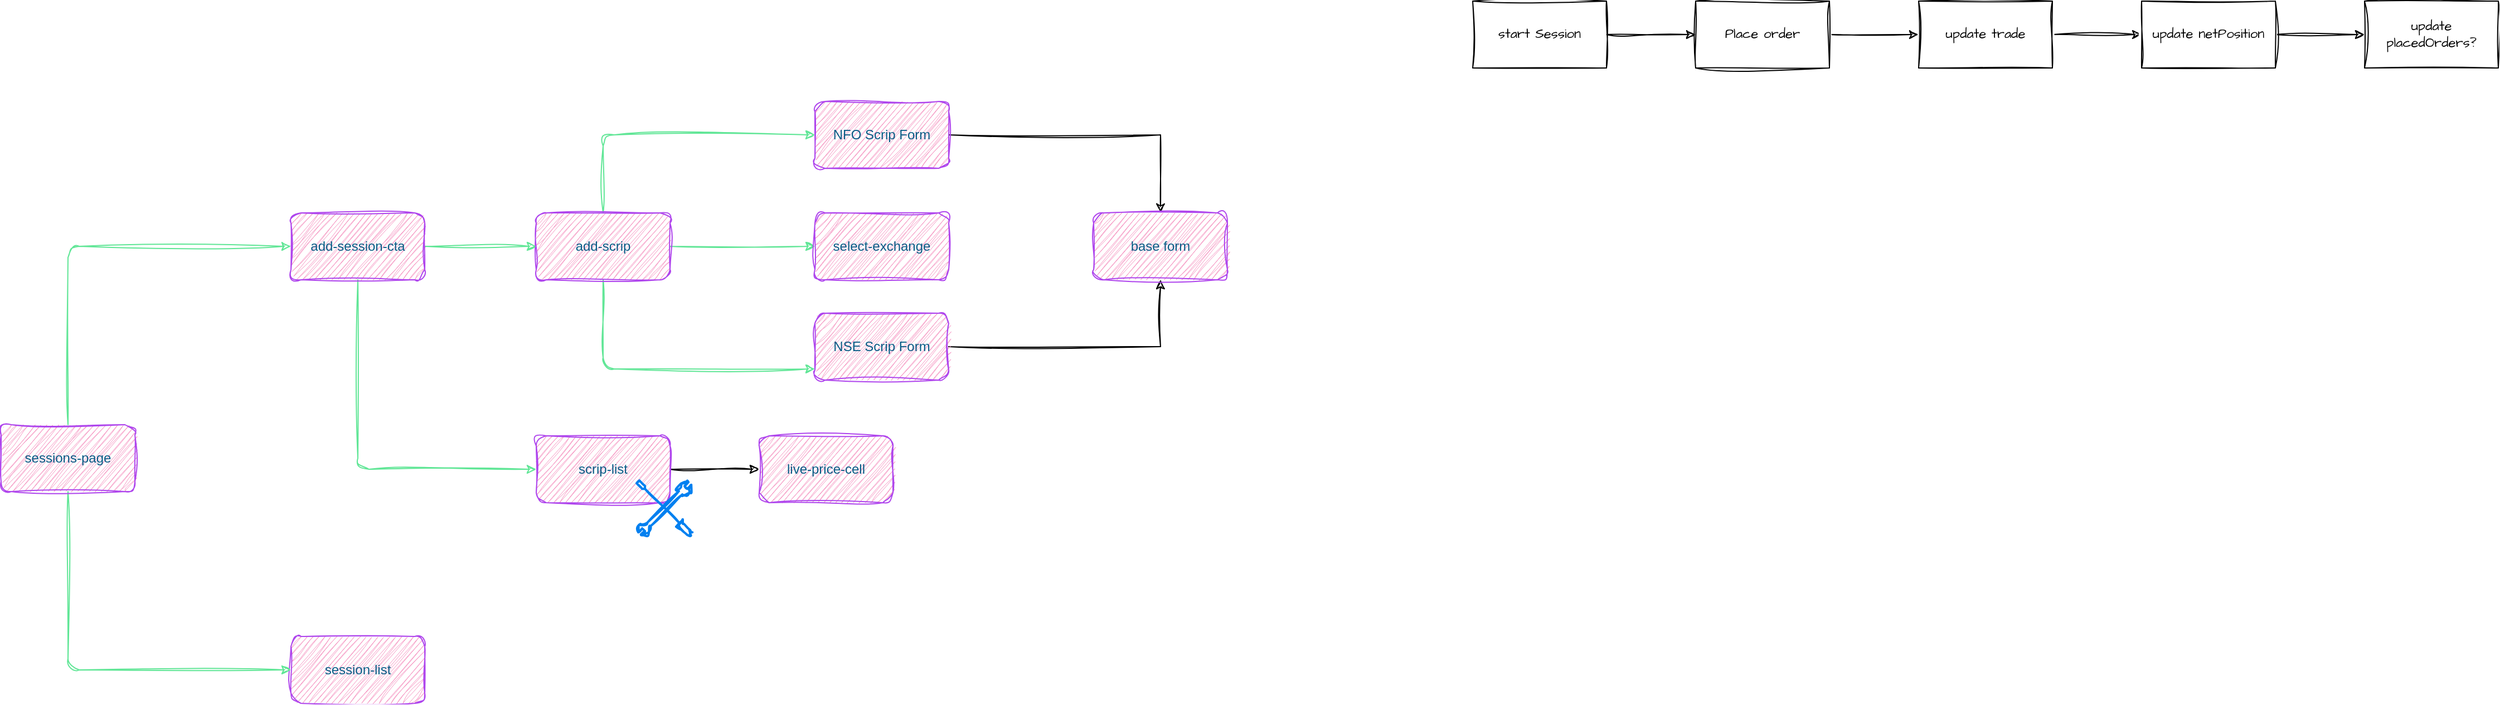
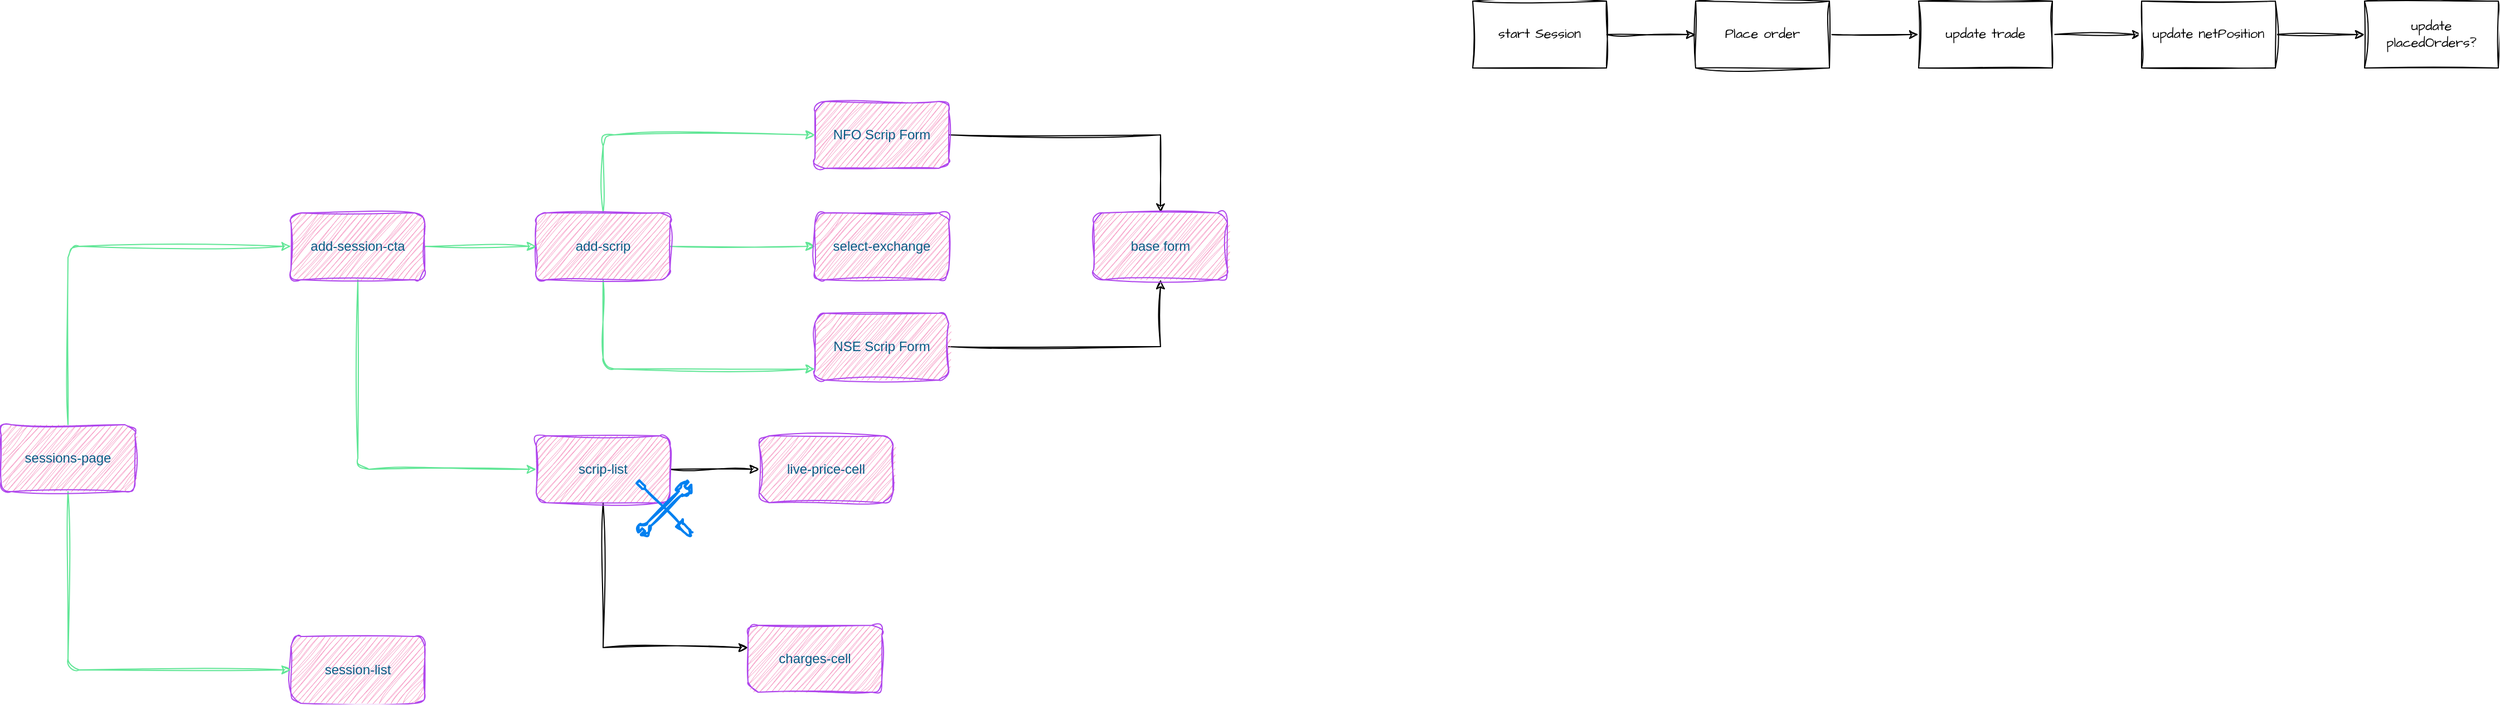
<mxfile host="app.diagrams.net" pages="5">
  <diagram id="wPQbEJP3DVO_ncDqMHqx" name="Sessions Page">
    <mxGraphModel dx="2793" dy="1443" grid="1" gridSize="10" guides="1" tooltips="1" connect="1" arrows="1" fold="1" page="0" pageScale="1" pageWidth="402" pageHeight="874" math="0" shadow="0">
      <root>
        <mxCell id="0" />
        <mxCell id="1" parent="0" />
        <mxCell id="DB1AKVm6qyutKQlFYAWD-6" edge="1" parent="1" source="DB1AKVm6qyutKQlFYAWD-1" style="edgeStyle=orthogonalEdgeStyle;rounded=1;orthogonalLoop=1;jettySize=auto;html=1;sketch=1;curveFitting=1;jiggle=2;labelBackgroundColor=none;strokeColor=#60E696;fontColor=default;" target="DB1AKVm6qyutKQlFYAWD-5" value="">
          <mxGeometry relative="1" as="geometry" />
        </mxCell>
        <mxCell id="DB1AKVm6qyutKQlFYAWD-8" edge="1" parent="1" source="DB1AKVm6qyutKQlFYAWD-1" style="edgeStyle=orthogonalEdgeStyle;rounded=1;orthogonalLoop=1;jettySize=auto;html=1;sketch=1;curveFitting=1;jiggle=2;labelBackgroundColor=none;strokeColor=#60E696;fontColor=default;" target="DB1AKVm6qyutKQlFYAWD-7" value="">
          <mxGeometry relative="1" as="geometry">
            <Array as="points">
              <mxPoint x="120" y="270" />
            </Array>
          </mxGeometry>
        </mxCell>
        <mxCell id="DB1AKVm6qyutKQlFYAWD-10" edge="1" parent="1" source="DB1AKVm6qyutKQlFYAWD-1" style="edgeStyle=orthogonalEdgeStyle;rounded=1;orthogonalLoop=1;jettySize=auto;html=1;sketch=1;curveFitting=1;jiggle=2;labelBackgroundColor=none;strokeColor=#60E696;fontColor=default;" target="DB1AKVm6qyutKQlFYAWD-9" value="">
          <mxGeometry relative="1" as="geometry">
            <Array as="points">
              <mxPoint x="120" y="60" />
            </Array>
          </mxGeometry>
        </mxCell>
        <mxCell id="DB1AKVm6qyutKQlFYAWD-1" parent="1" style="rounded=1;whiteSpace=wrap;html=1;sketch=1;curveFitting=1;jiggle=2;labelBackgroundColor=none;fillColor=#F694C1;strokeColor=#AF45ED;fontColor=#095C86;" value="add-scrip" vertex="1">
          <mxGeometry height="60" width="120" x="60" y="130" as="geometry" />
        </mxCell>
        <mxCell id="DB1AKVm6qyutKQlFYAWD-4" edge="1" parent="1" source="DB1AKVm6qyutKQlFYAWD-3" style="edgeStyle=orthogonalEdgeStyle;rounded=1;orthogonalLoop=1;jettySize=auto;html=1;sketch=1;curveFitting=1;jiggle=2;labelBackgroundColor=none;strokeColor=#60E696;fontColor=default;" target="DB1AKVm6qyutKQlFYAWD-1" value="">
          <mxGeometry relative="1" as="geometry" />
        </mxCell>
        <mxCell id="DB1AKVm6qyutKQlFYAWD-12" edge="1" parent="1" source="DB1AKVm6qyutKQlFYAWD-3" style="edgeStyle=orthogonalEdgeStyle;rounded=1;orthogonalLoop=1;jettySize=auto;html=1;sketch=1;curveFitting=1;jiggle=2;labelBackgroundColor=none;strokeColor=#60E696;fontColor=default;" target="DB1AKVm6qyutKQlFYAWD-11" value="">
          <mxGeometry relative="1" as="geometry">
            <Array as="points">
              <mxPoint x="-100" y="360" />
            </Array>
          </mxGeometry>
        </mxCell>
        <mxCell id="DB1AKVm6qyutKQlFYAWD-3" parent="1" style="rounded=1;whiteSpace=wrap;html=1;sketch=1;curveFitting=1;jiggle=2;labelBackgroundColor=none;fillColor=#F694C1;strokeColor=#AF45ED;fontColor=#095C86;" value="add-session-cta" vertex="1">
          <mxGeometry height="60" width="120" x="-160" y="130" as="geometry" />
        </mxCell>
        <mxCell id="DB1AKVm6qyutKQlFYAWD-5" parent="1" style="whiteSpace=wrap;html=1;rounded=1;sketch=1;curveFitting=1;jiggle=2;labelBackgroundColor=none;fillColor=#F694C1;strokeColor=#AF45ED;fontColor=#095C86;" value="select-exchange" vertex="1">
          <mxGeometry height="60" width="120" x="310" y="130" as="geometry" />
        </mxCell>
        <mxCell id="ouMAoqMrmdJ_XqpmxOQB-3" edge="1" parent="1" source="DB1AKVm6qyutKQlFYAWD-7" style="edgeStyle=orthogonalEdgeStyle;rounded=0;sketch=1;hachureGap=4;jiggle=2;curveFitting=1;orthogonalLoop=1;jettySize=auto;html=1;fontFamily=Architects Daughter;fontSource=https%3A%2F%2Ffonts.googleapis.com%2Fcss%3Ffamily%3DArchitects%2BDaughter;" target="ouMAoqMrmdJ_XqpmxOQB-1">
          <mxGeometry relative="1" as="geometry" />
        </mxCell>
        <mxCell id="DB1AKVm6qyutKQlFYAWD-7" parent="1" style="whiteSpace=wrap;html=1;rounded=1;sketch=1;curveFitting=1;jiggle=2;labelBackgroundColor=none;fillColor=#F694C1;strokeColor=#AF45ED;fontColor=#095C86;" value="NSE Scrip Form" vertex="1">
          <mxGeometry height="60" width="120" x="310" y="220" as="geometry" />
        </mxCell>
        <mxCell id="ouMAoqMrmdJ_XqpmxOQB-2" edge="1" parent="1" source="DB1AKVm6qyutKQlFYAWD-9" style="edgeStyle=orthogonalEdgeStyle;rounded=0;sketch=1;hachureGap=4;jiggle=2;curveFitting=1;orthogonalLoop=1;jettySize=auto;html=1;fontFamily=Architects Daughter;fontSource=https%3A%2F%2Ffonts.googleapis.com%2Fcss%3Ffamily%3DArchitects%2BDaughter;" target="ouMAoqMrmdJ_XqpmxOQB-1" value="">
          <mxGeometry relative="1" as="geometry" />
        </mxCell>
        <mxCell id="DB1AKVm6qyutKQlFYAWD-9" parent="1" style="whiteSpace=wrap;html=1;rounded=1;sketch=1;curveFitting=1;jiggle=2;labelBackgroundColor=none;fillColor=#F694C1;strokeColor=#AF45ED;fontColor=#095C86;" value="NFO Scrip Form" vertex="1">
          <mxGeometry height="60" width="120" x="310" y="30" as="geometry" />
        </mxCell>
        <mxCell id="ouMAoqMrmdJ_XqpmxOQB-15" edge="1" parent="1" source="DB1AKVm6qyutKQlFYAWD-11" style="edgeStyle=orthogonalEdgeStyle;rounded=0;sketch=1;hachureGap=4;jiggle=2;curveFitting=1;orthogonalLoop=1;jettySize=auto;html=1;fontFamily=Architects Daughter;fontSource=https%3A%2F%2Ffonts.googleapis.com%2Fcss%3Ffamily%3DArchitects%2BDaughter;" target="ouMAoqMrmdJ_XqpmxOQB-14" value="">
          <mxGeometry relative="1" as="geometry" />
        </mxCell>
+         <mxCell id="ouMAoqMrmdJ_XqpmxOQB-17" edge="1" parent="1" source="DB1AKVm6qyutKQlFYAWD-11" style="edgeStyle=orthogonalEdgeStyle;rounded=0;sketch=1;hachureGap=4;jiggle=2;curveFitting=1;orthogonalLoop=1;jettySize=auto;html=1;fontFamily=Architects Daughter;fontSource=https%3A%2F%2Ffonts.googleapis.com%2Fcss%3Ffamily%3DArchitects%2BDaughter;" target="ouMAoqMrmdJ_XqpmxOQB-16" value="">
+           <mxGeometry relative="1" as="geometry">
+             <Array as="points">
+               <mxPoint x="120" y="520" />
+             </Array>
+           </mxGeometry>
+         </mxCell>
        <mxCell id="DB1AKVm6qyutKQlFYAWD-11" parent="1" style="whiteSpace=wrap;html=1;rounded=1;sketch=1;curveFitting=1;jiggle=2;labelBackgroundColor=none;fillColor=#F694C1;strokeColor=#AF45ED;fontColor=#095C86;" value="scrip-list" vertex="1">
          <mxGeometry height="60" width="120" x="60" y="330" as="geometry" />
        </mxCell>
        <mxCell id="DB1AKVm6qyutKQlFYAWD-13" parent="1" style="rounded=1;whiteSpace=wrap;html=1;sketch=1;curveFitting=1;jiggle=2;labelBackgroundColor=none;fillColor=#F694C1;strokeColor=#AF45ED;fontColor=#095C86;" value="session-list" vertex="1">
          <mxGeometry height="60" width="120" x="-160" y="510" as="geometry" />
        </mxCell>
        <mxCell id="DB1AKVm6qyutKQlFYAWD-15" edge="1" parent="1" source="DB1AKVm6qyutKQlFYAWD-14" style="edgeStyle=orthogonalEdgeStyle;rounded=1;sketch=1;hachureGap=4;jiggle=2;curveFitting=1;orthogonalLoop=1;jettySize=auto;html=1;entryX=0;entryY=0.5;entryDx=0;entryDy=0;strokeColor=#60E696;fontFamily=Architects Daughter;fontSource=https%3A%2F%2Ffonts.googleapis.com%2Fcss%3Ffamily%3DArchitects%2BDaughter;fontColor=#095C86;fillColor=#F694C1;" target="DB1AKVm6qyutKQlFYAWD-3">
          <mxGeometry relative="1" as="geometry">
            <Array as="points">
              <mxPoint x="-360" y="160" />
            </Array>
          </mxGeometry>
        </mxCell>
        <mxCell id="DB1AKVm6qyutKQlFYAWD-18" edge="1" parent="1" source="DB1AKVm6qyutKQlFYAWD-14" style="edgeStyle=orthogonalEdgeStyle;rounded=1;sketch=1;hachureGap=4;jiggle=2;curveFitting=1;orthogonalLoop=1;jettySize=auto;html=1;entryX=0;entryY=0.5;entryDx=0;entryDy=0;strokeColor=#60E696;fontFamily=Architects Daughter;fontSource=https%3A%2F%2Ffonts.googleapis.com%2Fcss%3Ffamily%3DArchitects%2BDaughter;fontColor=#095C86;fillColor=#F694C1;" target="DB1AKVm6qyutKQlFYAWD-13">
          <mxGeometry relative="1" as="geometry">
            <Array as="points">
              <mxPoint x="-360" y="540" />
            </Array>
          </mxGeometry>
        </mxCell>
        <mxCell id="DB1AKVm6qyutKQlFYAWD-14" parent="1" style="rounded=1;whiteSpace=wrap;html=1;sketch=1;curveFitting=1;jiggle=2;labelBackgroundColor=none;fillColor=#F694C1;strokeColor=#AF45ED;fontColor=#095C86;" value="sessions-page" vertex="1">
          <mxGeometry height="60" width="120" x="-420" y="320" as="geometry" />
        </mxCell>
        <mxCell id="ouMAoqMrmdJ_XqpmxOQB-1" parent="1" style="whiteSpace=wrap;html=1;fillColor=#F694C1;strokeColor=#AF45ED;fontColor=#095C86;rounded=1;sketch=1;curveFitting=1;jiggle=2;labelBackgroundColor=none;" value="base form" vertex="1">
          <mxGeometry height="60" width="120" x="560" y="130" as="geometry" />
        </mxCell>
        <mxCell id="ouMAoqMrmdJ_XqpmxOQB-6" edge="1" parent="1" source="ouMAoqMrmdJ_XqpmxOQB-4" style="edgeStyle=orthogonalEdgeStyle;rounded=0;sketch=1;hachureGap=4;jiggle=2;curveFitting=1;orthogonalLoop=1;jettySize=auto;html=1;fontFamily=Architects Daughter;fontSource=https%3A%2F%2Ffonts.googleapis.com%2Fcss%3Ffamily%3DArchitects%2BDaughter;" target="ouMAoqMrmdJ_XqpmxOQB-5" value="">
          <mxGeometry relative="1" as="geometry" />
        </mxCell>
        <mxCell id="ouMAoqMrmdJ_XqpmxOQB-4" parent="1" style="whiteSpace=wrap;html=1;sketch=1;hachureGap=4;jiggle=2;curveFitting=1;fontFamily=Architects Daughter;fontSource=https%3A%2F%2Ffonts.googleapis.com%2Fcss%3Ffamily%3DArchitects%2BDaughter;" value="start Session" vertex="1">
          <mxGeometry height="60" width="120" x="900" y="-60" as="geometry" />
        </mxCell>
        <mxCell id="ouMAoqMrmdJ_XqpmxOQB-8" edge="1" parent="1" source="ouMAoqMrmdJ_XqpmxOQB-5" style="edgeStyle=orthogonalEdgeStyle;rounded=0;sketch=1;hachureGap=4;jiggle=2;curveFitting=1;orthogonalLoop=1;jettySize=auto;html=1;fontFamily=Architects Daughter;fontSource=https%3A%2F%2Ffonts.googleapis.com%2Fcss%3Ffamily%3DArchitects%2BDaughter;" target="ouMAoqMrmdJ_XqpmxOQB-7" value="">
          <mxGeometry relative="1" as="geometry" />
        </mxCell>
        <mxCell id="ouMAoqMrmdJ_XqpmxOQB-5" parent="1" style="whiteSpace=wrap;html=1;fontFamily=Architects Daughter;sketch=1;hachureGap=4;jiggle=2;curveFitting=1;fontSource=https%3A%2F%2Ffonts.googleapis.com%2Fcss%3Ffamily%3DArchitects%2BDaughter;" value="Place order" vertex="1">
          <mxGeometry height="60" width="120" x="1100" y="-60" as="geometry" />
        </mxCell>
        <mxCell id="ouMAoqMrmdJ_XqpmxOQB-10" edge="1" parent="1" source="ouMAoqMrmdJ_XqpmxOQB-7" style="edgeStyle=orthogonalEdgeStyle;rounded=0;sketch=1;hachureGap=4;jiggle=2;curveFitting=1;orthogonalLoop=1;jettySize=auto;html=1;fontFamily=Architects Daughter;fontSource=https%3A%2F%2Ffonts.googleapis.com%2Fcss%3Ffamily%3DArchitects%2BDaughter;" target="ouMAoqMrmdJ_XqpmxOQB-9" value="">
          <mxGeometry relative="1" as="geometry" />
        </mxCell>
        <mxCell id="ouMAoqMrmdJ_XqpmxOQB-7" parent="1" style="whiteSpace=wrap;html=1;fontFamily=Architects Daughter;sketch=1;hachureGap=4;jiggle=2;curveFitting=1;fontSource=https%3A%2F%2Ffonts.googleapis.com%2Fcss%3Ffamily%3DArchitects%2BDaughter;" value="update trade" vertex="1">
          <mxGeometry height="60" width="120" x="1300" y="-60" as="geometry" />
        </mxCell>
        <mxCell id="ouMAoqMrmdJ_XqpmxOQB-12" edge="1" parent="1" source="ouMAoqMrmdJ_XqpmxOQB-9" style="edgeStyle=orthogonalEdgeStyle;rounded=0;sketch=1;hachureGap=4;jiggle=2;curveFitting=1;orthogonalLoop=1;jettySize=auto;html=1;fontFamily=Architects Daughter;fontSource=https%3A%2F%2Ffonts.googleapis.com%2Fcss%3Ffamily%3DArchitects%2BDaughter;" target="ouMAoqMrmdJ_XqpmxOQB-11" value="">
          <mxGeometry relative="1" as="geometry" />
        </mxCell>
        <mxCell id="ouMAoqMrmdJ_XqpmxOQB-9" parent="1" style="whiteSpace=wrap;html=1;fontFamily=Architects Daughter;sketch=1;hachureGap=4;jiggle=2;curveFitting=1;fontSource=https%3A%2F%2Ffonts.googleapis.com%2Fcss%3Ffamily%3DArchitects%2BDaughter;" value="update netPosition" vertex="1">
          <mxGeometry height="60" width="120" x="1500" y="-60" as="geometry" />
        </mxCell>
        <mxCell id="ouMAoqMrmdJ_XqpmxOQB-11" parent="1" style="whiteSpace=wrap;html=1;fontFamily=Architects Daughter;sketch=1;hachureGap=4;jiggle=2;curveFitting=1;fontSource=https%3A%2F%2Ffonts.googleapis.com%2Fcss%3Ffamily%3DArchitects%2BDaughter;" value="update placedOrders?" vertex="1">
          <mxGeometry height="60" width="120" x="1700" y="-60" as="geometry" />
        </mxCell>
        <mxCell id="ouMAoqMrmdJ_XqpmxOQB-13" parent="1" style="html=1;verticalLabelPosition=bottom;align=center;labelBackgroundColor=#ffffff;verticalAlign=top;strokeWidth=2;strokeColor=#0080F0;shadow=0;dashed=0;shape=mxgraph.ios7.icons.tools;pointerEvents=1;sketch=1;hachureGap=4;jiggle=2;curveFitting=1;fontFamily=Architects Daughter;fontSource=https%3A%2F%2Ffonts.googleapis.com%2Fcss%3Ffamily%3DArchitects%2BDaughter;" value="" vertex="1">
          <mxGeometry height="50" width="50" x="150" y="370" as="geometry" />
        </mxCell>
        <mxCell id="ouMAoqMrmdJ_XqpmxOQB-14" parent="1" style="whiteSpace=wrap;html=1;fillColor=#F694C1;strokeColor=#AF45ED;fontColor=#095C86;rounded=1;sketch=1;curveFitting=1;jiggle=2;labelBackgroundColor=none;" value="live-price-cell" vertex="1">
          <mxGeometry height="60" width="120" x="260" y="330" as="geometry" />
        </mxCell>
+         <mxCell id="ouMAoqMrmdJ_XqpmxOQB-16" parent="1" style="whiteSpace=wrap;html=1;fillColor=#F694C1;strokeColor=#AF45ED;fontColor=#095C86;rounded=1;sketch=1;curveFitting=1;jiggle=2;labelBackgroundColor=none;" value="charges-cell" vertex="1">
+           <mxGeometry height="60" width="120" x="250" y="500" as="geometry" />
+         </mxCell>
      </root>
    </mxGraphModel>
  </diagram>
  <diagram id="YVkBlKKJ4RNEtawBKbZk" name="Session">
    <mxGraphModel dx="1357" dy="626" grid="1" gridSize="10" guides="1" tooltips="1" connect="1" arrows="1" fold="1" page="0" pageScale="1" pageWidth="402" pageHeight="874" math="0" shadow="0">
      <root>
        <mxCell id="0" />
        <mxCell id="1" parent="0" />
        <mxCell id="b8iQl_XISdQ6rZ6kNcMQ-3" edge="1" parent="1" source="b8iQl_XISdQ6rZ6kNcMQ-1" style="edgeStyle=orthogonalEdgeStyle;rounded=0;orthogonalLoop=1;jettySize=auto;html=1;" target="b8iQl_XISdQ6rZ6kNcMQ-2" value="">
          <mxGeometry relative="1" as="geometry" />
        </mxCell>
        <mxCell id="b8iQl_XISdQ6rZ6kNcMQ-1" parent="1" style="rounded=1;whiteSpace=wrap;html=1;" value="start session" vertex="1">
          <mxGeometry height="60" width="120" x="-200" y="80" as="geometry" />
        </mxCell>
        <mxCell id="b8iQl_XISdQ6rZ6kNcMQ-5" edge="1" parent="1" source="b8iQl_XISdQ6rZ6kNcMQ-2" style="edgeStyle=orthogonalEdgeStyle;rounded=0;orthogonalLoop=1;jettySize=auto;html=1;" target="b8iQl_XISdQ6rZ6kNcMQ-4" value="">
          <mxGeometry relative="1" as="geometry" />
        </mxCell>
        <mxCell id="b8iQl_XISdQ6rZ6kNcMQ-2" parent="1" style="whiteSpace=wrap;html=1;rounded=1;" value="place orders&amp;nbsp;&lt;br&gt;(all or none)" vertex="1">
          <mxGeometry height="60" width="120" y="80" as="geometry" />
        </mxCell>
        <mxCell id="b8iQl_XISdQ6rZ6kNcMQ-7" edge="1" parent="1" source="b8iQl_XISdQ6rZ6kNcMQ-4" style="edgeStyle=orthogonalEdgeStyle;rounded=0;orthogonalLoop=1;jettySize=auto;html=1;" target="b8iQl_XISdQ6rZ6kNcMQ-6" value="">
          <mxGeometry relative="1" as="geometry" />
        </mxCell>
        <mxCell id="b8iQl_XISdQ6rZ6kNcMQ-4" parent="1" style="whiteSpace=wrap;html=1;rounded=1;" value="update margins" vertex="1">
          <mxGeometry height="60" width="120" x="200" y="80" as="geometry" />
        </mxCell>
        <mxCell id="b8iQl_XISdQ6rZ6kNcMQ-6" parent="1" style="whiteSpace=wrap;html=1;rounded=1;" value="create session" vertex="1">
          <mxGeometry height="60" width="120" x="200" y="200" as="geometry" />
        </mxCell>
        <mxCell id="b8iQl_XISdQ6rZ6kNcMQ-8" parent="1" style="rounded=1;whiteSpace=wrap;html=1;fillColor=#fff2cc;strokeColor=#d6b656;" value="firebase" vertex="1">
          <mxGeometry height="40" width="80" x="300" y="190" as="geometry" />
        </mxCell>
        <mxCell id="b8iQl_XISdQ6rZ6kNcMQ-9" parent="1" style="rounded=1;whiteSpace=wrap;html=1;fillColor=#fff2cc;strokeColor=#d6b656;" value="kite" vertex="1">
          <mxGeometry height="40" width="80" x="80" y="50" as="geometry" />
        </mxCell>
        <mxCell id="b8iQl_XISdQ6rZ6kNcMQ-10" parent="1" style="rounded=1;whiteSpace=wrap;html=1;fillColor=#fff2cc;strokeColor=#d6b656;" value="firebase" vertex="1">
          <mxGeometry height="40" width="80" x="290" y="60" as="geometry" />
        </mxCell>
      </root>
    </mxGraphModel>
  </diagram>
  <diagram id="4KjMPYYtLXdBkkJX1B08" name="Auth">
    <mxGraphModel dx="1276" dy="835" grid="0" gridSize="10" guides="1" tooltips="1" connect="1" arrows="1" fold="1" page="0" pageScale="1" pageWidth="402" pageHeight="874" math="0" shadow="0">
      <root>
        <mxCell id="0" />
        <mxCell id="1" parent="0" />
        <mxCell id="pPH6oVQiPgVcm9OUePWL-3" edge="1" parent="1" source="pPH6oVQiPgVcm9OUePWL-1" style="edgeStyle=orthogonalEdgeStyle;rounded=0;orthogonalLoop=1;jettySize=auto;html=1;" target="pPH6oVQiPgVcm9OUePWL-2" value="">
          <mxGeometry relative="1" as="geometry" />
        </mxCell>
        <mxCell id="pPH6oVQiPgVcm9OUePWL-1" parent="1" style="rounded=1;whiteSpace=wrap;html=1;" value="User clicks &quot;Login&quot; Button" vertex="1">
          <mxGeometry height="60" width="120" x="23" y="101" as="geometry" />
        </mxCell>
        <mxCell id="pPH6oVQiPgVcm9OUePWL-5" edge="1" parent="1" source="pPH6oVQiPgVcm9OUePWL-2" style="edgeStyle=orthogonalEdgeStyle;rounded=0;orthogonalLoop=1;jettySize=auto;html=1;" target="pPH6oVQiPgVcm9OUePWL-4" value="">
          <mxGeometry relative="1" as="geometry" />
        </mxCell>
        <mxCell id="pPH6oVQiPgVcm9OUePWL-2" parent="1" style="whiteSpace=wrap;html=1;rounded=1;" value="Open the Login URL" vertex="1">
          <mxGeometry height="60" width="120" x="223" y="101" as="geometry" />
        </mxCell>
        <mxCell id="pPH6oVQiPgVcm9OUePWL-7" edge="1" parent="1" source="pPH6oVQiPgVcm9OUePWL-4" style="edgeStyle=orthogonalEdgeStyle;rounded=0;orthogonalLoop=1;jettySize=auto;html=1;" target="pPH6oVQiPgVcm9OUePWL-6" value="">
          <mxGeometry relative="1" as="geometry" />
        </mxCell>
        <mxCell id="pPH6oVQiPgVcm9OUePWL-4" parent="1" style="whiteSpace=wrap;html=1;rounded=1;" value="User logins to Zerodha" vertex="1">
          <mxGeometry height="60" width="120" x="423" y="101" as="geometry" />
        </mxCell>
        <mxCell id="pPH6oVQiPgVcm9OUePWL-9" edge="1" parent="1" source="pPH6oVQiPgVcm9OUePWL-6" style="edgeStyle=orthogonalEdgeStyle;rounded=0;orthogonalLoop=1;jettySize=auto;html=1;" target="pPH6oVQiPgVcm9OUePWL-8" value="">
          <mxGeometry relative="1" as="geometry" />
        </mxCell>
        <mxCell id="pPH6oVQiPgVcm9OUePWL-6" parent="1" style="whiteSpace=wrap;html=1;rounded=1;" value="Redirected to callback URL with request_token&lt;br&gt;&lt;b&gt;http://localhost:3000/api/auth/kite/callback&lt;/b&gt;" vertex="1">
          <mxGeometry height="60" width="262" x="352" y="244" as="geometry" />
        </mxCell>
        <mxCell id="pPH6oVQiPgVcm9OUePWL-13" edge="1" parent="1" source="pPH6oVQiPgVcm9OUePWL-8" style="edgeStyle=orthogonalEdgeStyle;rounded=0;orthogonalLoop=1;jettySize=auto;html=1;" target="pPH6oVQiPgVcm9OUePWL-12" value="">
          <mxGeometry relative="1" as="geometry" />
        </mxCell>
        <mxCell id="pPH6oVQiPgVcm9OUePWL-8" parent="1" style="whiteSpace=wrap;html=1;rounded=1;" value="In loader for this route, generate the session" vertex="1">
          <mxGeometry height="60" width="120" x="17" y="244" as="geometry" />
        </mxCell>
        <mxCell id="pPH6oVQiPgVcm9OUePWL-15" edge="1" parent="1" source="pPH6oVQiPgVcm9OUePWL-12" style="edgeStyle=orthogonalEdgeStyle;rounded=0;orthogonalLoop=1;jettySize=auto;html=1;" target="pPH6oVQiPgVcm9OUePWL-14" value="">
          <mxGeometry relative="1" as="geometry" />
        </mxCell>
        <mxCell id="pPH6oVQiPgVcm9OUePWL-12" parent="1" style="whiteSpace=wrap;html=1;rounded=1;" value="Serialize and save the access token in cookie" vertex="1">
          <mxGeometry height="60" width="120" x="17" y="384" as="geometry" />
        </mxCell>
        <mxCell id="pPH6oVQiPgVcm9OUePWL-17" edge="1" parent="1" source="pPH6oVQiPgVcm9OUePWL-14" style="edgeStyle=orthogonalEdgeStyle;rounded=0;orthogonalLoop=1;jettySize=auto;html=1;" target="pPH6oVQiPgVcm9OUePWL-16" value="">
          <mxGeometry relative="1" as="geometry" />
        </mxCell>
        <mxCell id="pPH6oVQiPgVcm9OUePWL-14" parent="1" style="whiteSpace=wrap;html=1;rounded=1;" value="redirect to /dashboard" vertex="1">
          <mxGeometry height="60" width="120" x="217" y="384" as="geometry" />
        </mxCell>
        <mxCell id="pPH6oVQiPgVcm9OUePWL-19" edge="1" parent="1" source="pPH6oVQiPgVcm9OUePWL-16" style="edgeStyle=orthogonalEdgeStyle;rounded=0;orthogonalLoop=1;jettySize=auto;html=1;" target="pPH6oVQiPgVcm9OUePWL-18" value="">
          <mxGeometry relative="1" as="geometry" />
        </mxCell>
        <mxCell id="pPH6oVQiPgVcm9OUePWL-16" parent="1" style="whiteSpace=wrap;html=1;rounded=1;" value="in dashboard loader, get the access token from the cookie and send it to client" vertex="1">
          <mxGeometry height="60" width="120" x="417" y="384" as="geometry" />
        </mxCell>
        <mxCell id="pPH6oVQiPgVcm9OUePWL-21" edge="1" parent="1" source="pPH6oVQiPgVcm9OUePWL-18" style="edgeStyle=orthogonalEdgeStyle;rounded=0;orthogonalLoop=1;jettySize=auto;html=1;" target="pPH6oVQiPgVcm9OUePWL-20" value="">
          <mxGeometry relative="1" as="geometry" />
        </mxCell>
        <mxCell id="pPH6oVQiPgVcm9OUePWL-18" parent="1" style="whiteSpace=wrap;html=1;rounded=1;" value="front-end creates the kc client with api_key and access_token.&amp;nbsp;&amp;nbsp;" vertex="1">
          <mxGeometry height="60" width="120" x="617" y="384" as="geometry" />
        </mxCell>
        <mxCell id="pPH6oVQiPgVcm9OUePWL-20" parent="1" style="whiteSpace=wrap;html=1;rounded=1;" value="use kc client for calling Kite APIs" vertex="1">
          <mxGeometry height="60" width="120" x="617" y="524" as="geometry" />
        </mxCell>
      </root>
    </mxGraphModel>
  </diagram>
  <diagram name="UI/UX" id="5MV4RERJIjpIYta4IkZD">
    <mxGraphModel dx="3134" dy="2189" grid="0" gridSize="10" guides="1" tooltips="1" connect="1" arrows="1" fold="1" page="0" pageScale="1" pageWidth="402" pageHeight="874" background="#ffffff" math="0" shadow="0">
      <root>
        <mxCell id="0" />
        <mxCell id="1" parent="0" />
        <mxCell id="ExlUUjPYo0Ii6ma58Pc_-14" parent="1" style="rounded=1;whiteSpace=wrap;html=1;" value="" vertex="1">
          <mxGeometry height="321" width="1097" x="-296" y="-20" as="geometry" />
        </mxCell>
        <mxCell id="ExlUUjPYo0Ii6ma58Pc_-13" parent="1" style="rounded=1;whiteSpace=wrap;html=1;" value="" vertex="1">
          <mxGeometry height="321" width="1097" x="-287" y="732" as="geometry" />
        </mxCell>
        <mxCell id="iMmVTYed4h1aN_pzg3ix-1" parent="1" style="text;html=1;whiteSpace=wrap;strokeColor=none;fillColor=none;align=center;verticalAlign=middle;rounded=0;fontStyle=1;fontSize=48;fontColor=light-dark(#7a7978, #ededed);" value="Net Qty." vertex="1">
          <mxGeometry height="59" width="60" x="-120" y="72" as="geometry" />
        </mxCell>
        <mxCell id="iMmVTYed4h1aN_pzg3ix-2" parent="1" style="text;html=1;whiteSpace=wrap;strokeColor=none;fillColor=none;align=center;verticalAlign=middle;rounded=0;fontStyle=1;fontSize=48;fontColor=light-dark(#7a7978, #ededed);" value="AVG. PRICE" vertex="1">
          <mxGeometry height="59" width="60" x="149" y="61" as="geometry" />
        </mxCell>
        <mxCell id="iMmVTYed4h1aN_pzg3ix-3" parent="1" style="text;html=1;whiteSpace=wrap;strokeColor=none;fillColor=none;align=center;verticalAlign=middle;rounded=0;fontStyle=1;fontSize=48;fontColor=light-dark(#7a7978, #ededed);" value="LTP" vertex="1">
          <mxGeometry height="59" width="60" x="418" y="61" as="geometry" />
        </mxCell>
        <mxCell id="iMmVTYed4h1aN_pzg3ix-4" parent="1" style="text;html=1;whiteSpace=wrap;strokeColor=none;fillColor=none;align=center;verticalAlign=middle;rounded=0;fontStyle=1;fontSize=48;fontColor=light-dark(#7a7978, #ededed);" value="PnL" vertex="1">
          <mxGeometry height="59" width="60" x="687" y="61" as="geometry" />
        </mxCell>
        <mxCell id="iMmVTYed4h1aN_pzg3ix-5" parent="1" style="text;html=1;whiteSpace=wrap;strokeColor=none;fillColor=none;align=center;verticalAlign=middle;rounded=0;fontSize=36;fontStyle=1" value="100" vertex="1">
          <mxGeometry height="30" width="60" x="-120" y="211" as="geometry" />
        </mxCell>
        <mxCell id="iMmVTYed4h1aN_pzg3ix-6" parent="1" style="text;html=1;whiteSpace=wrap;strokeColor=none;fillColor=none;align=center;verticalAlign=middle;rounded=0;fontSize=36;fontStyle=1" value="36.40" vertex="1">
          <mxGeometry height="30" width="60" x="149" y="211" as="geometry" />
        </mxCell>
        <mxCell id="iMmVTYed4h1aN_pzg3ix-7" parent="1" style="text;html=1;whiteSpace=wrap;strokeColor=none;fillColor=none;align=center;verticalAlign=middle;rounded=0;fontSize=36;fontStyle=1" value="37.45" vertex="1">
          <mxGeometry height="30" width="60" x="418" y="211" as="geometry" />
        </mxCell>
        <mxCell id="iMmVTYed4h1aN_pzg3ix-8" parent="1" style="text;html=1;whiteSpace=wrap;strokeColor=none;fillColor=none;align=center;verticalAlign=middle;rounded=0;fontSize=36;fontStyle=1" value="100" vertex="1">
          <mxGeometry height="30" width="60" x="687" y="211" as="geometry" />
        </mxCell>
        <mxCell id="7si3vGMUa6yKKs87A3T9-2" edge="1" parent="1" source="7si3vGMUa6yKKs87A3T9-1" style="edgeStyle=orthogonalEdgeStyle;rounded=0;orthogonalLoop=1;jettySize=auto;html=1;exitX=0.5;exitY=0;exitDx=0;exitDy=0;entryX=0;entryY=0.5;entryDx=0;entryDy=0;" target="iMmVTYed4h1aN_pzg3ix-5">
          <mxGeometry relative="1" as="geometry">
            <Array as="points">
              <mxPoint x="-283" y="227" />
              <mxPoint x="-139" y="227" />
            </Array>
            <mxPoint x="-139.09090909090924" y="259.27272727272725" as="targetPoint" />
          </mxGeometry>
        </mxCell>
        <mxCell id="7si3vGMUa6yKKs87A3T9-1" parent="1" style="text;html=1;whiteSpace=wrap;strokeColor=none;fillColor=none;align=center;verticalAlign=middle;rounded=0;fontStyle=1" value="Red color if negative, blue color if positive" vertex="1">
          <mxGeometry height="70" width="129" x="-347" y="453" as="geometry" />
        </mxCell>
        <mxCell id="7si3vGMUa6yKKs87A3T9-4" edge="1" parent="1" source="7si3vGMUa6yKKs87A3T9-3" style="edgeStyle=orthogonalEdgeStyle;rounded=0;orthogonalLoop=1;jettySize=auto;html=1;entryX=0.5;entryY=1;entryDx=0;entryDy=0;" target="iMmVTYed4h1aN_pzg3ix-8">
          <mxGeometry relative="1" as="geometry" />
        </mxCell>
        <mxCell id="7si3vGMUa6yKKs87A3T9-3" parent="1" style="text;html=1;whiteSpace=wrap;strokeColor=none;fillColor=none;align=center;verticalAlign=middle;rounded=0;fontStyle=1" value="Red color if negative, blue color if positive" vertex="1">
          <mxGeometry height="70" width="129" x="681" y="398" as="geometry" />
        </mxCell>
        <mxCell id="7si3vGMUa6yKKs87A3T9-5" parent="1" style="text;html=1;whiteSpace=wrap;strokeColor=none;fillColor=none;align=center;verticalAlign=middle;rounded=0;" value="Will receive the following props:&lt;br&gt;netQuantity: number;&lt;br&gt;&lt;div&gt;averagePrice: number&lt;/div&gt;&lt;div&gt;ltp: number;&lt;/div&gt;" vertex="1">
          <mxGeometry height="101" width="203" x="-25" y="355" as="geometry" />
        </mxCell>
        <mxCell id="7si3vGMUa6yKKs87A3T9-6" parent="1" style="text;html=1;whiteSpace=wrap;strokeColor=none;fillColor=none;align=center;verticalAlign=middle;rounded=0;" value="PnL needs to be calculated by the component" vertex="1">
          <mxGeometry height="101" width="203" x="-21" y="482" as="geometry" />
        </mxCell>
        <mxCell id="7si3vGMUa6yKKs87A3T9-7" parent="1" style="text;html=1;whiteSpace=wrap;strokeColor=none;fillColor=none;align=center;verticalAlign=middle;rounded=0;fontStyle=1;fontSize=48;fontColor=light-dark(#7a7978, #ededed);" value="Net Qty." vertex="1">
          <mxGeometry height="59" width="60" x="-186" y="816" as="geometry" />
        </mxCell>
        <mxCell id="7si3vGMUa6yKKs87A3T9-8" parent="1" style="text;html=1;whiteSpace=wrap;strokeColor=none;fillColor=none;align=center;verticalAlign=middle;rounded=0;fontStyle=1;fontSize=48;fontColor=light-dark(#7a7978, #ededed);" value="AVG. PRICE" vertex="1">
          <mxGeometry height="59" width="60" x="83" y="805" as="geometry" />
        </mxCell>
        <mxCell id="7si3vGMUa6yKKs87A3T9-9" parent="1" style="text;html=1;whiteSpace=wrap;strokeColor=none;fillColor=none;align=center;verticalAlign=middle;rounded=0;fontStyle=1;fontSize=48;fontColor=light-dark(#7a7978, #ededed);" value="LTP" vertex="1">
          <mxGeometry height="59" width="60" x="352" y="805" as="geometry" />
        </mxCell>
        <mxCell id="7si3vGMUa6yKKs87A3T9-10" parent="1" style="text;html=1;whiteSpace=wrap;strokeColor=none;fillColor=none;align=center;verticalAlign=middle;rounded=0;fontStyle=1;fontSize=48;fontColor=light-dark(#7a7978, #ededed);" value="PnL" vertex="1">
          <mxGeometry height="59" width="60" x="621" y="805" as="geometry" />
        </mxCell>
        <mxCell id="7si3vGMUa6yKKs87A3T9-11" parent="1" style="text;html=1;whiteSpace=wrap;strokeColor=none;fillColor=none;align=center;verticalAlign=middle;rounded=0;fontSize=18;fontStyle=1" value="{props.netQuantity}" vertex="1">
          <mxGeometry height="30" width="60" x="-186" y="955" as="geometry" />
        </mxCell>
        <mxCell id="7si3vGMUa6yKKs87A3T9-12" parent="1" style="text;html=1;whiteSpace=wrap;strokeColor=none;fillColor=none;align=center;verticalAlign=middle;rounded=0;fontSize=18;fontStyle=1" value="&lt;div&gt;{props.averagePrice}&lt;/div&gt;" vertex="1">
          <mxGeometry height="30" width="60" x="83" y="955" as="geometry" />
        </mxCell>
        <mxCell id="7si3vGMUa6yKKs87A3T9-13" parent="1" style="text;html=1;whiteSpace=wrap;strokeColor=none;fillColor=none;align=center;verticalAlign=middle;rounded=0;fontSize=18;fontStyle=1" value="{props.ltp}" vertex="1">
          <mxGeometry height="30" width="60" x="352" y="955" as="geometry" />
        </mxCell>
        <mxCell id="7si3vGMUa6yKKs87A3T9-14" parent="1" style="text;html=1;whiteSpace=wrap;strokeColor=none;fillColor=none;align=center;verticalAlign=middle;rounded=0;fontSize=18;fontStyle=1" value="{pnl}" vertex="1">
          <mxGeometry height="30" width="60" x="621" y="955" as="geometry" />
        </mxCell>
        <mxCell id="ExlUUjPYo0Ii6ma58Pc_-1" parent="1" style="rounded=1;whiteSpace=wrap;html=1;" value="" vertex="1">
          <mxGeometry height="321" width="1253" x="-202" y="1234" as="geometry" />
        </mxCell>
        <mxCell id="ExlUUjPYo0Ii6ma58Pc_-2" parent="1" style="text;html=1;whiteSpace=wrap;strokeColor=none;fillColor=none;align=center;verticalAlign=middle;rounded=0;fontStyle=1;fontSize=48;fontColor=light-dark(#7a7978, #ededed);" value="Total Margin" vertex="1">
          <mxGeometry height="59" width="168" x="-154" y="1292" as="geometry" />
        </mxCell>
        <mxCell id="ExlUUjPYo0Ii6ma58Pc_-3" parent="1" style="text;html=1;whiteSpace=wrap;strokeColor=none;fillColor=none;align=center;verticalAlign=middle;rounded=0;fontStyle=1;fontSize=48;fontColor=light-dark(#7a7978, #ededed);" value="Utilized Margin" vertex="1">
          <mxGeometry height="59" width="168" x="330" y="1295" as="geometry" />
        </mxCell>
        <mxCell id="ExlUUjPYo0Ii6ma58Pc_-4" parent="1" style="text;html=1;whiteSpace=wrap;strokeColor=none;fillColor=none;align=center;verticalAlign=middle;rounded=0;fontStyle=1;fontSize=48;fontColor=light-dark(#7a7978, #ededed);" value="Net Margin" vertex="1">
          <mxGeometry height="59" width="168" x="813" y="1289" as="geometry" />
        </mxCell>
        <mxCell id="ExlUUjPYo0Ii6ma58Pc_-5" parent="1" style="text;html=1;whiteSpace=wrap;strokeColor=none;fillColor=none;align=center;verticalAlign=middle;rounded=0;fontSize=42;" value="₹2000" vertex="1">
          <mxGeometry height="30" width="60" x="-100" y="1412" as="geometry" />
        </mxCell>
        <mxCell id="ExlUUjPYo0Ii6ma58Pc_-7" parent="1" style="text;html=1;whiteSpace=wrap;strokeColor=none;fillColor=none;align=center;verticalAlign=middle;rounded=0;fontSize=42;" value="₹200" vertex="1">
          <mxGeometry height="30" width="60" x="384" y="1412" as="geometry" />
        </mxCell>
        <mxCell id="ExlUUjPYo0Ii6ma58Pc_-8" parent="1" style="text;html=1;whiteSpace=wrap;strokeColor=none;fillColor=none;align=center;verticalAlign=middle;rounded=0;fontSize=42;" value="₹1800" vertex="1">
          <mxGeometry height="30" width="60" x="867" y="1412" as="geometry" />
        </mxCell>
        <mxCell id="ExlUUjPYo0Ii6ma58Pc_-9" parent="1" style="html=1;shadow=0;dashed=0;shape=mxgraph.bootstrap.rrect;rSize=5;fillColor=#E9ECEF;strokeColor=none;" value="" vertex="1">
          <mxGeometry height="20" width="800" x="24.5" y="1507" as="geometry" />
        </mxCell>
        <mxCell id="ExlUUjPYo0Ii6ma58Pc_-10" parent="ExlUUjPYo0Ii6ma58Pc_-9" style="html=1;shadow=0;dashed=0;shape=mxgraph.bootstrap.leftButton;rSize=5;fillColor=#1CA5B8;strokeColor=none;resizeHeight=1;" value="" vertex="1">
          <mxGeometry height="20" relative="1" width="250" as="geometry" />
        </mxCell>
        <mxCell id="ExlUUjPYo0Ii6ma58Pc_-11" parent="1" style="text;html=1;whiteSpace=wrap;strokeColor=none;fillColor=none;align=center;verticalAlign=middle;rounded=0;fontSize=24;" value="The max value on the progress bar is the total margin and the filled in part is the utilized margin" vertex="1">
          <mxGeometry height="92" width="269" x="175" y="1620" as="geometry" />
        </mxCell>
        <mxCell id="ExlUUjPYo0Ii6ma58Pc_-12" edge="1" parent="1" source="ExlUUjPYo0Ii6ma58Pc_-11" style="edgeStyle=orthogonalEdgeStyle;rounded=0;orthogonalLoop=1;jettySize=auto;html=1;exitX=0.5;exitY=0;exitDx=0;exitDy=0;entryX=0.412;entryY=0.999;entryDx=0;entryDy=0;entryPerimeter=0;" target="ExlUUjPYo0Ii6ma58Pc_-1">
          <mxGeometry relative="1" as="geometry" />
        </mxCell>
      </root>
    </mxGraphModel>
  </diagram>
  <diagram id="dmkDPsUycKQvBsQ4H3Di" name="Kite-Fly-Ticker-Architecture">
    <mxGraphModel dx="1357" dy="626" grid="0" gridSize="10" guides="1" tooltips="1" connect="1" arrows="1" fold="1" page="0" pageScale="1" pageWidth="402" pageHeight="874" math="0" shadow="0">
      <root>
        <mxCell id="0" />
        <mxCell id="1" parent="0" />
        <mxCell id="FDZGNOtkY16CQce4NqAR-3" edge="1" parent="1" source="FDZGNOtkY16CQce4NqAR-1" style="edgeStyle=orthogonalEdgeStyle;rounded=0;orthogonalLoop=1;jettySize=auto;html=1;" target="FDZGNOtkY16CQce4NqAR-2" value="">
          <mxGeometry relative="1" as="geometry" />
        </mxCell>
        <mxCell id="FDZGNOtkY16CQce4NqAR-1" parent="1" style="rounded=1;whiteSpace=wrap;html=1;" value="Client posts a request - for example:&lt;br&gt;&lt;div&gt;&lt;br&gt;&lt;/div&gt;&lt;br&gt;&lt;div&gt;fetch(&quot;http://localhost:3000/api/ltp&quot;, () =&amp;gt; {&lt;/div&gt;&lt;div&gt;method: &quot;POST&quot;,&lt;/div&gt;&lt;div&gt;body: JSON.stringify({&lt;/div&gt;&lt;div&gt;instrument: &quot;WIPRO&quot;,&lt;br&gt;ltp: 128.10&lt;/div&gt;&lt;div&gt;})&lt;/div&gt;&lt;div&gt;})&lt;br&gt;&lt;br&gt;The call is made from another site - for ex. https://kite.zerodha.com&lt;/div&gt;" vertex="1">
          <mxGeometry height="236" width="345" x="-33" y="45" as="geometry" />
        </mxCell>
        <mxCell id="FDZGNOtkY16CQce4NqAR-5" edge="1" parent="1" source="FDZGNOtkY16CQce4NqAR-2" style="edgeStyle=orthogonalEdgeStyle;rounded=0;orthogonalLoop=1;jettySize=auto;html=1;" target="FDZGNOtkY16CQce4NqAR-4" value="">
          <mxGeometry relative="1" as="geometry" />
        </mxCell>
        <mxCell id="FDZGNOtkY16CQce4NqAR-2" parent="1" style="whiteSpace=wrap;html=1;rounded=1;" value="SERVER" vertex="1">
          <mxGeometry height="60" width="120" x="504.5" y="98.5" as="geometry" />
        </mxCell>
        <mxCell id="FDZGNOtkY16CQce4NqAR-8" edge="1" parent="1" source="FDZGNOtkY16CQce4NqAR-4" style="edgeStyle=orthogonalEdgeStyle;rounded=0;orthogonalLoop=1;jettySize=auto;html=1;exitX=0.75;exitY=1;exitDx=0;exitDy=0;entryX=1;entryY=0.75;entryDx=0;entryDy=0;" target="FDZGNOtkY16CQce4NqAR-6">
          <mxGeometry relative="1" as="geometry" />
        </mxCell>
        <mxCell id="FDZGNOtkY16CQce4NqAR-4" parent="1" style="whiteSpace=wrap;html=1;rounded=1;" value="Websocket" vertex="1">
          <mxGeometry height="60" width="120" x="504.5" y="265" as="geometry" />
        </mxCell>
        <mxCell id="FDZGNOtkY16CQce4NqAR-7" edge="1" parent="1" source="FDZGNOtkY16CQce4NqAR-6" style="edgeStyle=orthogonalEdgeStyle;rounded=0;orthogonalLoop=1;jettySize=auto;html=1;entryX=0.5;entryY=1;entryDx=0;entryDy=0;" target="FDZGNOtkY16CQce4NqAR-4">
          <mxGeometry relative="1" as="geometry" />
        </mxCell>
        <mxCell id="FDZGNOtkY16CQce4NqAR-6" parent="1" style="rounded=1;whiteSpace=wrap;html=1;" value="On another client,&lt;div&gt;new Websocket()&lt;/div&gt;// receive the data which is sent from /api/ltp" vertex="1">
          <mxGeometry height="167" width="345" x="1" y="392" as="geometry" />
        </mxCell>
      </root>
    </mxGraphModel>
  </diagram>
</mxfile>
